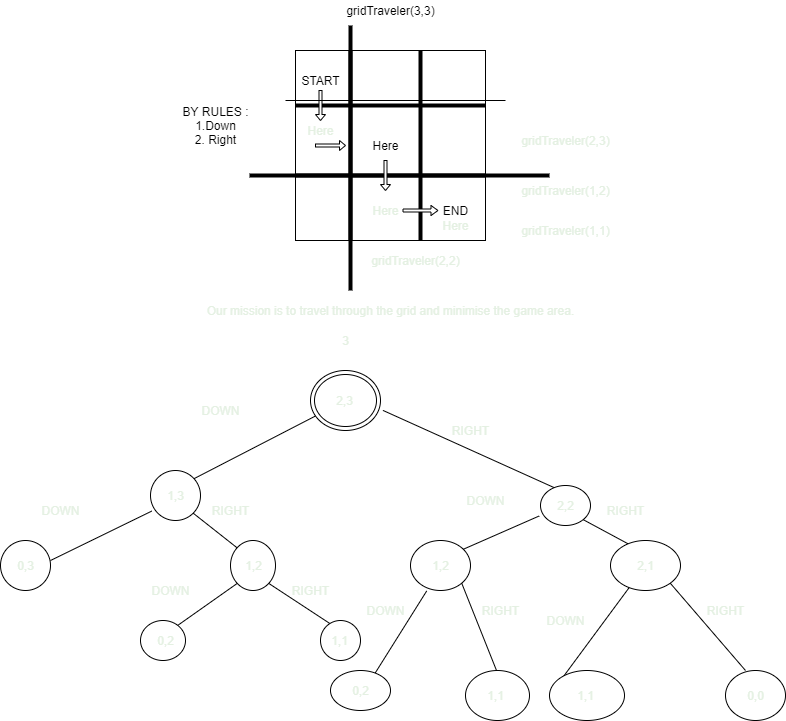
The draw.io diagram grid.drawio.png in OldDognoob/DProblems, before a commit. Source tidied: cells renumbered, new cells last; positions are measured from the earlier drawing's top-left corner, leaving out a move shared by most shapes. Source of this version:
```xml
<mxGraphModel>
  <root>
    <mxCell id="0" />
    <mxCell id="1" parent="0" />
    <mxCell id="2" style="whiteSpace=wrap;html=1;fontStyle=0;align=right;" parent="1" vertex="1">
      <mxGeometry x="295" y="50" width="190" height="190" as="geometry" />
    </mxCell>
    <mxCell id="3" style="line;strokeWidth=4;html=1;perimeter=backbonePerimeter;" parent="1" vertex="1">
      <mxGeometry x="295" y="170" width="190" height="10" as="geometry" />
    </mxCell>
    <mxCell id="4" style="line;strokeWidth=4;html=1;perimeter=backbonePerimeter;direction=south;" parent="1" vertex="1">
      <mxGeometry x="415" y="50" width="10" height="190" as="geometry" />
    </mxCell>
    <mxCell id="5" style="line;strokeWidth=4;html=1;perimeter=backbonePerimeter;direction=south;" parent="1" vertex="1">
      <mxGeometry x="345" y="50" width="10" height="190" as="geometry" />
    </mxCell>
    <mxCell id="6" style="line;strokeWidth=4;html=1;perimeter=backbonePerimeter;" parent="1" vertex="1">
      <mxGeometry x="295" y="100" width="190" height="10" as="geometry" />
    </mxCell>
    <mxCell id="7" value="START" style="text;html=1;align=center;verticalAlign=middle;fillColor=none;strokeColor=none;rounded=0;" parent="1" vertex="1">
      <mxGeometry x="295" y="70" width="50" height="20" as="geometry" />
    </mxCell>
    <mxCell id="8" value="END" style="text;html=1;align=center;verticalAlign=middle;" parent="1" vertex="1">
      <mxGeometry x="435" y="200" width="40" height="20" as="geometry" />
    </mxCell>
    <mxCell id="9" value="gridTraveler(3,3)" style="text;html=1;align=center;verticalAlign=middle;" parent="1" vertex="1">
      <mxGeometry x="340" width="100" height="20" as="geometry" />
    </mxCell>
    <mxCell id="10" style="shape=singleArrow;direction=south;whiteSpace=wrap;html=1;align=right;" parent="1" vertex="1">
      <mxGeometry x="315" y="90" width="10" height="30" as="geometry" />
    </mxCell>
    <mxCell id="11" value="Here" style="text;html=1;align=center;verticalAlign=middle;" parent="1" vertex="1">
      <mxGeometry x="365" y="135" width="40" height="20" as="geometry" />
    </mxCell>
    <mxCell id="12" value="BY RULES :&lt;br&gt;1.Down&lt;br&gt;2. Right" style="text;html=1;align=center;verticalAlign=middle;" parent="1" vertex="1">
      <mxGeometry x="175" y="100" width="80" height="50" as="geometry" />
    </mxCell>
    <mxCell id="13" style="endArrow=none;html=1;fontColor=#E4F0E2;" parent="1" edge="1">
      <mxGeometry relative="1" as="geometry">
        <mxPoint x="285" y="100" as="sourcePoint" />
        <mxPoint x="505" y="100" as="targetPoint" />
      </mxGeometry>
    </mxCell>
    <mxCell id="14" value="gridTraveler(2,3)" style="text;html=1;align=center;verticalAlign=middle;fontColor=#E4F0E2;" parent="1" vertex="1">
      <mxGeometry x="515" y="130" width="100" height="20" as="geometry" />
    </mxCell>
    <mxCell id="15" style="shape=singleArrow;whiteSpace=wrap;html=1;fontColor=#E4F0E2;align=right;" parent="1" vertex="1">
      <mxGeometry x="315" y="140" width="30" height="10" as="geometry" />
    </mxCell>
    <mxCell id="16" style="line;strokeWidth=4;html=1;perimeter=backbonePerimeter;fontColor=#E4F0E2;align=right;" parent="1" vertex="1">
      <mxGeometry x="249" y="170" width="300" height="10" as="geometry" />
    </mxCell>
    <mxCell id="17" style="line;strokeWidth=4;html=1;perimeter=backbonePerimeter;fontColor=#E4F0E2;align=right;direction=south;" parent="1" vertex="1">
      <mxGeometry x="345" y="25" width="10" height="265" as="geometry" />
    </mxCell>
    <mxCell id="18" value="gridTraveler(2,2)" style="text;html=1;align=center;verticalAlign=middle;fontColor=#E4F0E2;" parent="1" vertex="1">
      <mxGeometry x="365" y="250" width="100" height="20" as="geometry" />
    </mxCell>
    <mxCell id="19" style="shape=singleArrow;direction=south;whiteSpace=wrap;html=1;fontColor=#E4F0E2;align=right;" parent="1" vertex="1">
      <mxGeometry x="380" y="160" width="10" height="30" as="geometry" />
    </mxCell>
    <mxCell id="20" value="Here" style="text;html=1;align=center;verticalAlign=middle;fontColor=#E4F0E2;" parent="1" vertex="1">
      <mxGeometry x="300" y="120" width="40" height="20" as="geometry" />
    </mxCell>
    <mxCell id="21" value="Here" style="text;html=1;align=center;verticalAlign=middle;fontColor=#E4F0E2;" parent="1" vertex="1">
      <mxGeometry x="365" y="200" width="40" height="20" as="geometry" />
    </mxCell>
    <mxCell id="22" value="gridTraveler(1,2)" style="text;html=1;align=center;verticalAlign=middle;fontColor=#E4F0E2;" parent="1" vertex="1">
      <mxGeometry x="515" y="180" width="100" height="20" as="geometry" />
    </mxCell>
    <mxCell id="23" value="gridTraveler(1,1)" style="text;html=1;align=center;verticalAlign=middle;fontColor=#E4F0E2;" parent="1" vertex="1">
      <mxGeometry x="515" y="220" width="100" height="20" as="geometry" />
    </mxCell>
    <mxCell id="24" style="shape=singleArrow;whiteSpace=wrap;html=1;fontColor=#E4F0E2;align=right;" parent="1" vertex="1">
      <mxGeometry x="402.5" y="205" width="35" height="10" as="geometry" />
    </mxCell>
    <mxCell id="25" value="Here" style="text;html=1;align=center;verticalAlign=middle;fontColor=#E4F0E2;" parent="1" vertex="1">
      <mxGeometry x="435" y="215" width="40" height="20" as="geometry" />
    </mxCell>
    <mxCell id="26" value="Our mission is to travel through the grid and minimise the game area." style="text;html=1;align=center;verticalAlign=middle;fontColor=#E4F0E2;" parent="1" vertex="1">
      <mxGeometry x="200" y="300" width="380" height="20" as="geometry" />
    </mxCell>
    <mxCell id="27" style="ellipse;shape=doubleEllipse;whiteSpace=wrap;html=1;fontColor=#E4F0E2;align=right;" parent="1" vertex="1">
      <mxGeometry x="310" y="370" width="70" height="60" as="geometry" />
    </mxCell>
    <mxCell id="28" style="endArrow=none;html=1;fontColor=#E4F0E2;" parent="1" edge="1" target="27">
      <mxGeometry relative="1" as="geometry">
        <mxPoint x="190" y="480" as="sourcePoint" />
      </mxGeometry>
    </mxCell>
    <mxCell id="29" style="ellipse;whiteSpace=wrap;html=1;fontColor=#E4F0E2;align=right;" parent="1" vertex="1">
      <mxGeometry x="150" y="470" width="50" height="50" as="geometry" />
    </mxCell>
    <mxCell id="30" style="endArrow=none;html=1;fontColor=#E4F0E2;entryX=0.025;entryY=0.812;entryDx=0;entryDy=0;entryPerimeter=0;" parent="1" edge="1" target="29">
      <mxGeometry relative="1" as="geometry">
        <mxPoint x="50" y="560" as="sourcePoint" />
      </mxGeometry>
    </mxCell>
    <mxCell id="31" style="ellipse;whiteSpace=wrap;html=1;fontColor=#E4F0E2;align=right;" parent="1" vertex="1">
      <mxGeometry y="540" width="50" height="50" as="geometry" />
    </mxCell>
    <mxCell id="32" style="endArrow=none;html=1;fontColor=#E4F0E2;entryX=1;entryY=1;entryDx=0;entryDy=0;" parent="1" edge="1" target="29">
      <mxGeometry relative="1" as="geometry">
        <mxPoint x="240" y="550" as="sourcePoint" />
      </mxGeometry>
    </mxCell>
    <mxCell id="33" style="ellipse;whiteSpace=wrap;html=1;fontColor=#E4F0E2;align=right;" parent="1" vertex="1">
      <mxGeometry x="230" y="540" width="45" height="50" as="geometry" />
    </mxCell>
    <mxCell id="34" style="endArrow=none;html=1;fontColor=#E4F0E2;exitX=0;exitY=1;exitDx=0;exitDy=0;" parent="1" edge="1" source="33">
      <mxGeometry relative="1" as="geometry">
        <mxPoint x="170" y="630" as="targetPoint" />
      </mxGeometry>
    </mxCell>
    <mxCell id="35" style="endArrow=none;html=1;fontColor=#E4F0E2;exitX=1;exitY=1;exitDx=0;exitDy=0;" parent="1" edge="1" source="33">
      <mxGeometry relative="1" as="geometry">
        <mxPoint x="340" y="630" as="targetPoint" />
      </mxGeometry>
    </mxCell>
    <mxCell id="36" style="ellipse;whiteSpace=wrap;html=1;fontColor=#E4F0E2;align=right;" parent="1" vertex="1">
      <mxGeometry x="140" y="620" width="45" height="40" as="geometry" />
    </mxCell>
    <mxCell id="37" style="ellipse;whiteSpace=wrap;html=1;fontColor=#E4F0E2;align=right;" parent="1" vertex="1">
      <mxGeometry x="320" y="620" width="40" height="40" as="geometry" />
    </mxCell>
    <mxCell id="38" style="edgeStyle=none;rounded=0;orthogonalLoop=1;jettySize=auto;html=1;exitX=0.5;exitY=1;exitDx=0;exitDy=0;fontColor=#E4F0E2;" parent="1" edge="1" source="37" target="37">
      <mxGeometry relative="1" as="geometry" />
    </mxCell>
    <mxCell id="39" value="DOWN" style="text;html=1;align=center;verticalAlign=middle;fontColor=#E4F0E2;" parent="1" vertex="1">
      <mxGeometry x="195" y="400" width="50" height="20" as="geometry" />
    </mxCell>
    <mxCell id="40" value="DOWN" style="text;html=1;align=center;verticalAlign=middle;fontColor=#E4F0E2;" parent="1" vertex="1">
      <mxGeometry x="35" y="500" width="50" height="20" as="geometry" />
    </mxCell>
    <mxCell id="41" value="2,3" style="text;html=1;align=center;verticalAlign=middle;fontColor=#E4F0E2;" parent="1" vertex="1">
      <mxGeometry x="329" y="390" width="30" height="20" as="geometry" />
    </mxCell>
    <mxCell id="42" value="1,3" style="text;html=1;align=center;verticalAlign=middle;fontColor=#E4F0E2;" parent="1" vertex="1">
      <mxGeometry x="160" y="485" width="30" height="20" as="geometry" />
    </mxCell>
    <mxCell id="43" value="0,3" style="text;html=1;align=center;verticalAlign=middle;fontColor=#E4F0E2;" parent="1" vertex="1">
      <mxGeometry x="10" y="555" width="30" height="20" as="geometry" />
    </mxCell>
    <mxCell id="44" value="RIGHT" style="text;html=1;align=center;verticalAlign=middle;fontColor=#E4F0E2;" parent="1" vertex="1">
      <mxGeometry x="205" y="500" width="50" height="20" as="geometry" />
    </mxCell>
    <mxCell id="45" value="RIGHT" style="text;html=1;align=center;verticalAlign=middle;fontColor=#E4F0E2;" parent="1" vertex="1">
      <mxGeometry x="285" y="580" width="50" height="20" as="geometry" />
    </mxCell>
    <mxCell id="46" value="DOWN" style="text;html=1;align=center;verticalAlign=middle;fontColor=#E4F0E2;" parent="1" vertex="1">
      <mxGeometry x="145" y="580" width="50" height="20" as="geometry" />
    </mxCell>
    <mxCell id="47" value="1,2" style="text;html=1;align=center;verticalAlign=middle;fontColor=#E4F0E2;" parent="1" vertex="1">
      <mxGeometry x="237.5" y="555" width="30" height="20" as="geometry" />
    </mxCell>
    <mxCell id="48" value="0,2" style="text;html=1;align=center;verticalAlign=middle;fontColor=#E4F0E2;" parent="1" vertex="1">
      <mxGeometry x="150" y="630" width="30" height="20" as="geometry" />
    </mxCell>
    <mxCell id="49" value="1,1" style="text;html=1;align=center;verticalAlign=middle;fontColor=#E4F0E2;" parent="1" vertex="1">
      <mxGeometry x="324" y="630" width="30" height="20" as="geometry" />
    </mxCell>
    <mxCell id="50" style="endArrow=none;html=1;fontColor=#E4F0E2;entryX=1.035;entryY=0.665;entryDx=0;entryDy=0;entryPerimeter=0;" parent="1" edge="1" target="27">
      <mxGeometry relative="1" as="geometry">
        <mxPoint x="560" y="490" as="sourcePoint" />
      </mxGeometry>
    </mxCell>
    <mxCell id="51" value="RIGHT" style="text;html=1;align=center;verticalAlign=middle;fontColor=#E4F0E2;" parent="1" vertex="1">
      <mxGeometry x="445" y="420" width="50" height="20" as="geometry" />
    </mxCell>
    <mxCell id="52" style="ellipse;whiteSpace=wrap;html=1;fontColor=#E4F0E2;align=right;" parent="1" vertex="1">
      <mxGeometry x="540" y="485" width="50" height="40" as="geometry" />
    </mxCell>
    <mxCell id="53" style="endArrow=none;html=1;fontColor=#E4F0E2;entryX=-0.026;entryY=0.762;entryDx=0;entryDy=0;entryPerimeter=0;" parent="1" edge="1" target="52">
      <mxGeometry relative="1" as="geometry">
        <mxPoint x="460" y="550" as="sourcePoint" />
      </mxGeometry>
    </mxCell>
    <mxCell id="54" style="ellipse;whiteSpace=wrap;html=1;fontColor=#E4F0E2;align=right;" parent="1" vertex="1">
      <mxGeometry x="410" y="540" width="60" height="50" as="geometry" />
    </mxCell>
    <mxCell id="55" style="endArrow=none;html=1;fontColor=#E4F0E2;entryX=0.27;entryY=1.009;entryDx=0;entryDy=0;entryPerimeter=0;" parent="1" edge="1" target="54">
      <mxGeometry relative="1" as="geometry">
        <mxPoint x="370" y="680" as="sourcePoint" />
      </mxGeometry>
    </mxCell>
    <mxCell id="56" style="endArrow=none;html=1;fontColor=#E4F0E2;entryX=1;entryY=1;entryDx=0;entryDy=0;" parent="1" edge="1" target="54">
      <mxGeometry relative="1" as="geometry">
        <mxPoint x="500" y="680" as="sourcePoint" />
      </mxGeometry>
    </mxCell>
    <mxCell id="57" style="endArrow=none;html=1;fontColor=#E4F0E2;entryX=1;entryY=1;entryDx=0;entryDy=0;" parent="1" edge="1" target="52">
      <mxGeometry relative="1" as="geometry">
        <mxPoint x="640" y="550" as="sourcePoint" />
      </mxGeometry>
    </mxCell>
    <mxCell id="58" style="ellipse;whiteSpace=wrap;html=1;fontColor=#E4F0E2;align=right;" parent="1" vertex="1">
      <mxGeometry x="610" y="540" width="70" height="50" as="geometry" />
    </mxCell>
    <mxCell id="59" style="endArrow=none;html=1;fontColor=#E4F0E2;" parent="1" edge="1" target="58">
      <mxGeometry relative="1" as="geometry">
        <mxPoint x="560" y="680" as="sourcePoint" />
      </mxGeometry>
    </mxCell>
    <mxCell id="60" style="endArrow=none;html=1;fontColor=#E4F0E2;entryX=1;entryY=1;entryDx=0;entryDy=0;" parent="1" edge="1" target="58">
      <mxGeometry relative="1" as="geometry">
        <mxPoint x="745" y="670" as="sourcePoint" />
      </mxGeometry>
    </mxCell>
    <mxCell id="61" value="RIGHT" style="text;html=1;align=center;verticalAlign=middle;fontColor=#E4F0E2;" parent="1" vertex="1">
      <mxGeometry x="600" y="500" width="50" height="20" as="geometry" />
    </mxCell>
    <mxCell id="62" value="RIGHT" style="text;html=1;align=center;verticalAlign=middle;fontColor=#E4F0E2;" parent="1" vertex="1">
      <mxGeometry x="700" y="600" width="50" height="20" as="geometry" />
    </mxCell>
    <mxCell id="63" value="DOWN" style="text;html=1;align=center;verticalAlign=middle;fontColor=#E4F0E2;" parent="1" vertex="1">
      <mxGeometry x="540" y="610" width="50" height="20" as="geometry" />
    </mxCell>
    <mxCell id="64" value="DOWN" style="text;html=1;align=center;verticalAlign=middle;fontColor=#E4F0E2;" parent="1" vertex="1">
      <mxGeometry x="360" y="600" width="50" height="20" as="geometry" />
    </mxCell>
    <mxCell id="65" value="RIGHT" style="text;html=1;align=center;verticalAlign=middle;fontColor=#E4F0E2;" parent="1" vertex="1">
      <mxGeometry x="475" y="600" width="50" height="20" as="geometry" />
    </mxCell>
    <mxCell id="66" style="ellipse;whiteSpace=wrap;html=1;fontColor=#E4F0E2;align=right;" parent="1" vertex="1">
      <mxGeometry x="330" y="670" width="60" height="40" as="geometry" />
    </mxCell>
    <mxCell id="67" style="ellipse;whiteSpace=wrap;html=1;fontColor=#E4F0E2;align=right;" parent="1" vertex="1">
      <mxGeometry x="465" y="670" width="64" height="50" as="geometry" />
    </mxCell>
    <mxCell id="68" style="ellipse;whiteSpace=wrap;html=1;fontColor=#E4F0E2;align=right;" parent="1" vertex="1">
      <mxGeometry x="725" y="670" width="60" height="50" as="geometry" />
    </mxCell>
    <mxCell id="69" style="ellipse;whiteSpace=wrap;html=1;fontColor=#E4F0E2;align=right;" parent="1" vertex="1">
      <mxGeometry x="549" y="670" width="75" height="50" as="geometry" />
    </mxCell>
    <mxCell id="70" value="2,2" style="text;html=1;align=center;verticalAlign=middle;fontColor=#E4F0E2;" parent="1" vertex="1">
      <mxGeometry x="550" y="495" width="30" height="20" as="geometry" />
    </mxCell>
    <mxCell id="71" value="DOWN" style="text;html=1;align=center;verticalAlign=middle;fontColor=#E4F0E2;" parent="1" vertex="1">
      <mxGeometry x="460" y="490" width="50" height="20" as="geometry" />
    </mxCell>
    <mxCell id="72" value="2,1" style="text;html=1;align=center;verticalAlign=middle;fontColor=#E4F0E2;" parent="1" vertex="1">
      <mxGeometry x="630" y="555" width="30" height="20" as="geometry" />
    </mxCell>
    <mxCell id="73" value="0,0" style="text;html=1;align=center;verticalAlign=middle;fontColor=#E4F0E2;" parent="1" vertex="1">
      <mxGeometry x="740" y="685" width="30" height="20" as="geometry" />
    </mxCell>
    <mxCell id="74" value="1,1" style="text;html=1;align=center;verticalAlign=middle;fontColor=#E4F0E2;" parent="1" vertex="1">
      <mxGeometry x="570" y="685" width="30" height="20" as="geometry" />
    </mxCell>
    <mxCell id="75" value="1,1" style="text;html=1;align=center;verticalAlign=middle;fontColor=#E4F0E2;" parent="1" vertex="1">
      <mxGeometry x="480" y="685" width="30" height="20" as="geometry" />
    </mxCell>
    <mxCell id="76" value="0,2" style="text;html=1;align=center;verticalAlign=middle;fontColor=#E4F0E2;" parent="1" vertex="1">
      <mxGeometry x="345" y="680" width="30" height="20" as="geometry" />
    </mxCell>
    <mxCell id="77" value="1,2" style="text;html=1;align=center;verticalAlign=middle;fontColor=#E4F0E2;" parent="1" vertex="1">
      <mxGeometry x="425" y="555" width="30" height="20" as="geometry" />
    </mxCell>
    <mxCell id="78" value="3" style="text;html=1;align=center;verticalAlign=middle;fontColor=#E4F0E2;" parent="1" vertex="1">
      <mxGeometry x="335" y="330" width="20" height="20" as="geometry" />
    </mxCell>
  </root>
</mxGraphModel>
```
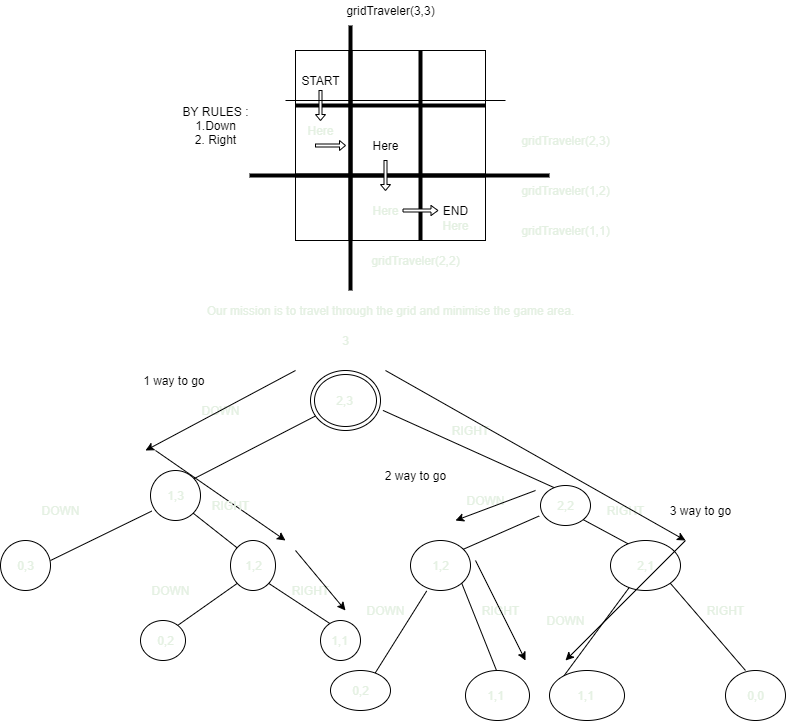
After the change.

Commit message:
grid-problem

The edit, as a diff of the source:
```diff
@@ -141,9 +141,6 @@
     <mxCell id="43" value="0,3" style="text;html=1;align=center;verticalAlign=middle;fontColor=#E4F0E2;" parent="1" vertex="1">
       <mxGeometry x="10" y="555" width="30" height="20" as="geometry" />
     </mxCell>
-    <mxCell id="44" value="RIGHT" style="text;html=1;align=center;verticalAlign=middle;fontColor=#E4F0E2;" parent="1" vertex="1">
-      <mxGeometry x="205" y="500" width="50" height="20" as="geometry" />
-    </mxCell>
     <mxCell id="45" value="RIGHT" style="text;html=1;align=center;verticalAlign=middle;fontColor=#E4F0E2;" parent="1" vertex="1">
       <mxGeometry x="285" y="580" width="50" height="20" as="geometry" />
     </mxCell>
@@ -260,5 +257,59 @@
     <mxCell id="78" value="3" style="text;html=1;align=center;verticalAlign=middle;fontColor=#E4F0E2;" parent="1" vertex="1">
       <mxGeometry x="335" y="330" width="20" height="20" as="geometry" />
     </mxCell>
+    <mxCell id="79" style="endArrow=classic;html=1;" parent="1" edge="1">
+      <mxGeometry relative="1" as="geometry">
+        <mxPoint x="155" y="450" as="sourcePoint" />
+        <mxPoint x="285" y="540" as="targetPoint" />
+      </mxGeometry>
+    </mxCell>
+    <mxCell id="80" style="endArrow=classic;html=1;" parent="1" edge="1">
+      <mxGeometry relative="1" as="geometry">
+        <mxPoint x="295" y="550" as="sourcePoint" />
+        <mxPoint x="345" y="610" as="targetPoint" />
+      </mxGeometry>
+    </mxCell>
+    <mxCell id="44" value="RIGHT" style="text;html=1;align=center;verticalAlign=middle;fontColor=#E4F0E2;" parent="1" vertex="1">
+      <mxGeometry x="205" y="495" width="50" height="20" as="geometry" />
+    </mxCell>
+    <mxCell id="81" style="endArrow=classic;html=1;" parent="1" edge="1">
+      <mxGeometry relative="1" as="geometry">
+        <mxPoint x="295" y="370" as="sourcePoint" />
+        <mxPoint x="145" y="450" as="targetPoint" />
+      </mxGeometry>
+    </mxCell>
+    <mxCell id="82" value="1 way to go&amp;nbsp;" style="text;html=1;align=center;verticalAlign=middle;" parent="1" vertex="1">
+      <mxGeometry x="135" y="370" width="80" height="20" as="geometry" />
+    </mxCell>
+    <mxCell id="83" style="endArrow=classic;html=1;" parent="1" edge="1">
+      <mxGeometry relative="1" as="geometry">
+        <mxPoint x="385" y="370" as="sourcePoint" />
+        <mxPoint x="685" y="540" as="targetPoint" />
+      </mxGeometry>
+    </mxCell>
+    <mxCell id="84" style="endArrow=classic;html=1;" parent="1" edge="1">
+      <mxGeometry relative="1" as="geometry">
+        <mxPoint x="535" y="490" as="sourcePoint" />
+        <mxPoint x="455" y="520" as="targetPoint" />
+      </mxGeometry>
+    </mxCell>
+    <mxCell id="85" style="endArrow=classic;html=1;" parent="1" edge="1">
+      <mxGeometry relative="1" as="geometry">
+        <mxPoint x="475" y="560" as="sourcePoint" />
+        <mxPoint x="525" y="660" as="targetPoint" />
+      </mxGeometry>
+    </mxCell>
+    <mxCell id="86" value="2 way to go" style="text;html=1;align=center;verticalAlign=middle;" parent="1" vertex="1">
+      <mxGeometry x="375" y="465" width="80" height="20" as="geometry" />
+    </mxCell>
+    <mxCell id="87" style="endArrow=classic;html=1;" parent="1" edge="1">
+      <mxGeometry relative="1" as="geometry">
+        <mxPoint x="685" y="540" as="sourcePoint" />
+        <mxPoint x="565" y="660" as="targetPoint" />
+      </mxGeometry>
+    </mxCell>
+    <mxCell id="88" value="3 way to go" style="text;html=1;align=center;verticalAlign=middle;" parent="1" vertex="1">
+      <mxGeometry x="660" y="500" width="80" height="20" as="geometry" />
+    </mxCell>
   </root>
 </mxGraphModel>
```
